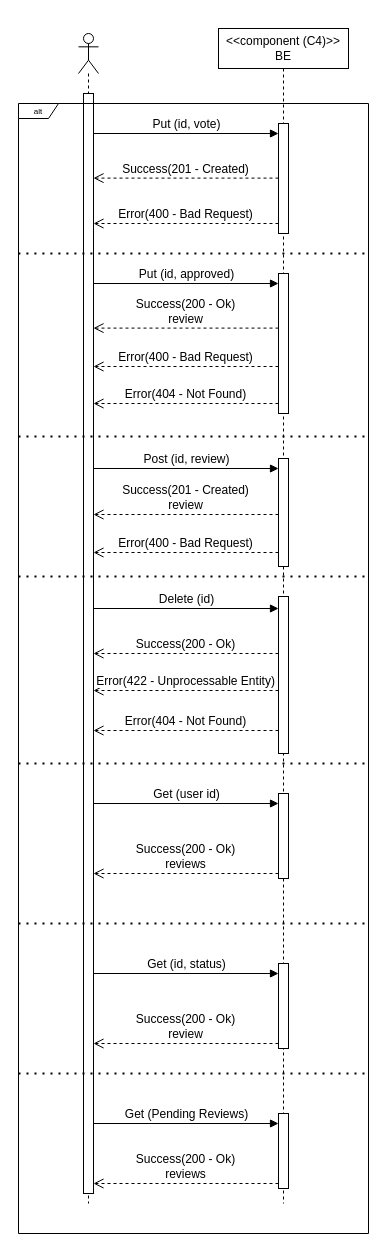
The draw.io diagram page "N2_VP_Review" (5 of 22) of drawio/acme_documentation.drawio in andre34gomes/ARQSOFT, before the edit. Source tidied: cells renumbered, new cells numbered last; positions are measured from the earlier drawing's top-left corner, leaving out a move shared by most shapes. Both pictures are drawn from the tidied source at 100%, with x=0, y=0 at pixel (18, 28).
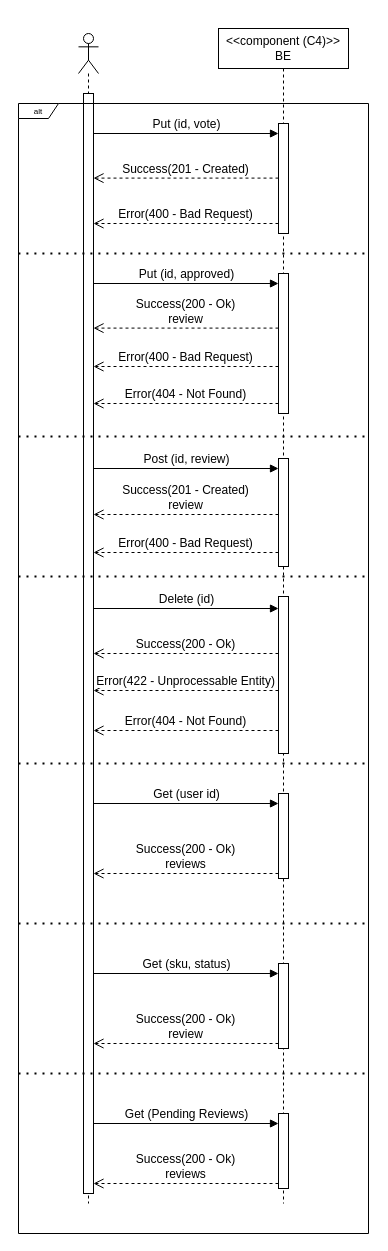
The same page after the edit.

Commit message (it also covers changes not shown here):
N3_VP_Get_Pending_Reviews N3_VP_Get_Review_Status

The change refers to these unchanged cells:
```xml
<mxCell id="5" value="&amp;lt;&amp;lt;component (C4)&amp;gt;&amp;gt;&lt;br&gt;BE" style="shape=umlLifeline;perimeter=lifelinePerimeter;whiteSpace=wrap;html=1;newEdgeStyle={&quot;edgeStyle&quot;:&quot;elbowEdgeStyle&quot;,&quot;elbow&quot;:&quot;vertical&quot;,&quot;curved&quot;:0,&quot;rounded&quot;:0};strokeColor=default;align=center;verticalAlign=middle;fontFamily=Helvetica;fontSize=12;fontColor=default;fillColor=default;" parent="1" vertex="1">
  <mxGeometry x="200" width="130" height="1175" as="geometry" />
</mxCell>
```

Change to the diagram source:
```diff
@@
-    <mxCell id="10" value="Get (id, status)" style="html=1;verticalAlign=bottom;endArrow=block;curved=0;rounded=0;fontFamily=Helvetica;fontSize=12;fontColor=default;" parent="5" edge="1">
+    <mxCell id="10" value="Get (sku, status)" style="html=1;verticalAlign=bottom;endArrow=block;curved=0;rounded=0;fontFamily=Helvetica;fontSize=12;fontColor=default;" parent="5" edge="1">
       <mxGeometry relative="1" as="geometry">
         <mxPoint x="-125" y="945" as="sourcePoint" />
         <mxPoint x="60" y="945" as="targetPoint" />
       </mxGeometry>
     </mxCell>
```
